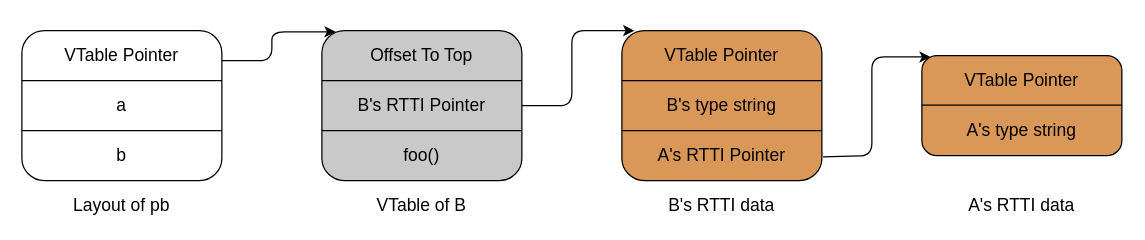
This is rtti.drawio from luxufan/simple-website-template, a draw.io file, before an edit. Source tidied: cells renumbered, new cells numbered last; positions are measured from the earlier drawing's top-left corner, leaving out a move shared by most shapes. Both pictures are drawn from the tidied source at 125%, with x=0, y=0 at pixel (21, 30).
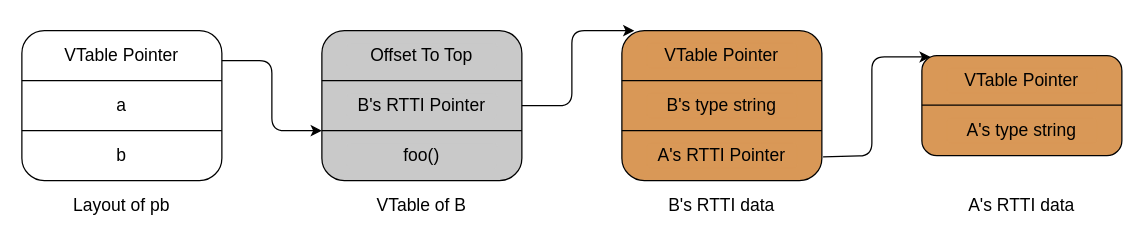
After the change.

The change refers to these unchanged cells:
```xml
<mxCell id="2" style="rounded=1;whiteSpace=wrap;html=1;fillColor=#FFFFFF;" parent="1" vertex="1">
  <mxGeometry width="160" height="120" as="geometry" />
</mxCell>
<mxCell id="5" style="rounded=1;whiteSpace=wrap;html=1;fillColor=#C9C9C9;strokeColor=default;" parent="1" vertex="1">
  <mxGeometry x="240" width="160" height="120" as="geometry" />
</mxCell>
```

Diff of the diagram source:
```diff
@@
-    <mxCell id="24" style="endArrow=classic;html=1;rounded=1;entryX=0.069;entryY=0.008;entryDx=0;entryDy=0;entryPerimeter=0;exitX=1;exitY=0.2;exitDx=0;exitDy=0;exitPerimeter=0;strokeColor=default;curved=0;" parent="1" edge="1" source="2" target="5">
+    <mxCell id="24" style="endArrow=classic;html=1;rounded=1;exitX=1;exitY=0.2;exitDx=0;exitDy=0;exitPerimeter=0;strokeColor=default;curved=0;" parent="1" edge="1" source="2">
       <mxGeometry relative="1" as="geometry">
+        <mxPoint x="240" y="80" as="targetPoint" />
         <Array as="points">
           <mxPoint x="200" y="24" />
-          <mxPoint x="200" y="1" />
+          <mxPoint x="200" y="80" />
         </Array>
       </mxGeometry>
     </mxCell>
```
